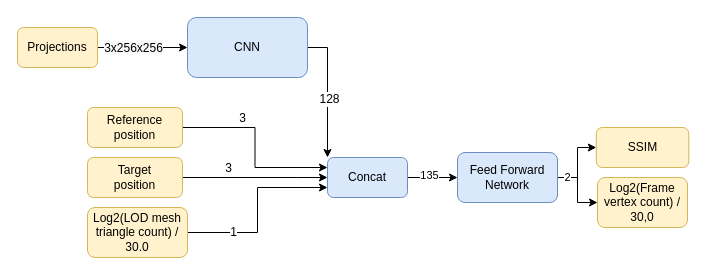
This is documentation/nndiagram.drawio from frankplus/Deep-3D-optimization, a draw.io file, before an edit. Source tidied: cells renumbered, new cells numbered last; positions are measured from the earlier drawing's top-left corner, leaving out a move shared by most shapes. Both pictures are drawn from the tidied source at 100%, with x=0, y=0 at pixel (17, 17).
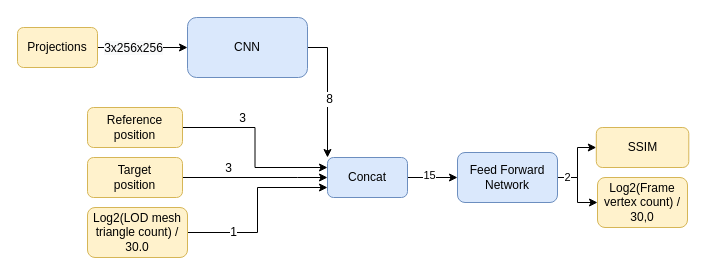
The same diagram, later.

The change refers to these unchanged cells:
```xml
<mxCell id="2" style="edgeStyle=orthogonalEdgeStyle;rounded=0;jettySize=auto;html=1;entryX=0;entryY=0;entryDx=0;entryDy=0;" parent="1" edge="1" source="4" target="7">
  <mxGeometry relative="1" as="geometry" />
</mxCell>
<mxCell id="5" style="edgeStyle=orthogonalEdgeStyle;rounded=0;jettySize=auto;html=1;" parent="1" edge="1" source="7" target="23">
  <mxGeometry relative="1" as="geometry" />
</mxCell>
```

Diff of the diagram source:
```diff
@@
-    <mxCell id="3" value="&lt;font style=&quot;font-size: 12px&quot;&gt;128&lt;/font&gt;" style="edgeLabel;html=1;align=center;verticalAlign=middle;" parent="2" vertex="1">
+    <mxCell id="3" value="&lt;font style=&quot;font-size: 12px&quot;&gt;8&lt;/font&gt;" style="edgeLabel;html=1;align=center;verticalAlign=middle;" parent="2" vertex="1">
       <mxGeometry x="0.09" y="1" relative="1" as="geometry" />
     </mxCell>
@@
-    <mxCell id="6" value="135" style="edgeLabel;html=1;align=center;verticalAlign=middle;" parent="5" vertex="1">
+    <mxCell id="6" value="15" style="edgeLabel;html=1;align=center;verticalAlign=middle;" parent="5" vertex="1">
       <mxGeometry x="-0.17" y="3" relative="1" as="geometry" />
     </mxCell>
```
